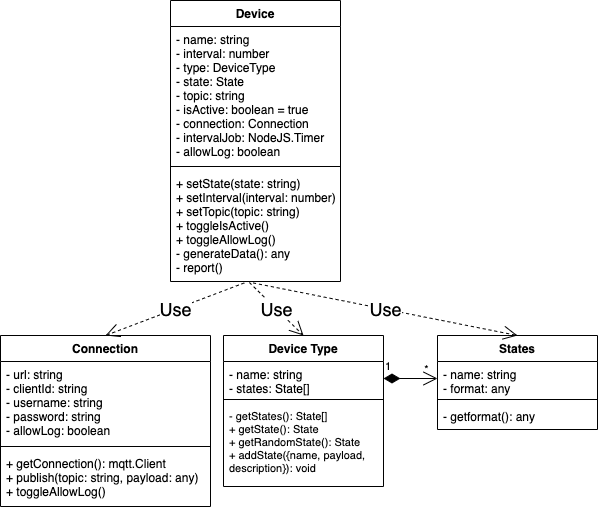
The draw.io diagram uml.png in 0x171-0/iot-device-simulator, before a commit. Source tidied: cells renumbered, new cells last; positions are measured from the earlier drawing's top-left corner, leaving out a move shared by most shapes.
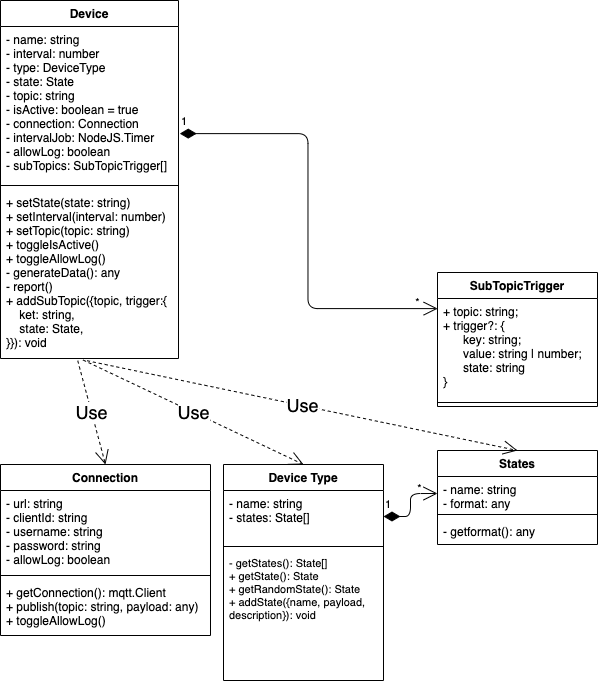
Later version of the same file.

Commit message:
feat: add subscription and state trigger function

Diff of the diagram source:
```diff
@@ -3,7 +3,7 @@
     <mxCell id="0" />
     <mxCell id="1" parent="0" />
     <mxCell id="2" value="States" style="swimlane;fontStyle=1;align=center;verticalAlign=top;horizontal=1;startSize=26;" parent="1" vertex="1">
-      <mxGeometry x="437" y="335" width="160" height="94" as="geometry" />
+      <mxGeometry x="437" y="321" width="160" height="94" as="geometry" />
     </mxCell>
     <mxCell id="3" value="- name: string&#10;- format: any" style="text;strokeColor=none;fillColor=none;align=left;verticalAlign=top;spacingLeft=4;spacingRight=4;overflow=hidden;points=[[0,0.5],[1,0.5]];portConstraint=eastwest;" parent="2" vertex="1">
       <mxGeometry y="26" width="160" height="34" as="geometry" />
@@ -15,28 +15,28 @@
       <mxGeometry y="68" width="160" height="26" as="geometry" />
     </mxCell>
     <mxCell id="6" value="Device Type" style="swimlane;fontStyle=1;align=center;verticalAlign=top;horizontal=1;startSize=26;" parent="1" vertex="1">
-      <mxGeometry x="223" y="335" width="160" height="151" as="geometry" />
+      <mxGeometry x="223" y="335" width="160" height="216" as="geometry" />
     </mxCell>
     <mxCell id="7" value="- name: string&#10;- states: State[]" style="text;strokeColor=none;fillColor=none;align=left;verticalAlign=top;spacingLeft=4;spacingRight=4;overflow=hidden;points=[[0,0.5],[1,0.5]];portConstraint=eastwest;" parent="6" vertex="1">
-      <mxGeometry y="26" width="160" height="34" as="geometry" />
+      <mxGeometry y="26" width="160" height="52" as="geometry" />
     </mxCell>
     <mxCell id="8" style="line;strokeWidth=1;fillColor=none;align=left;verticalAlign=middle;spacingTop=-1;spacingLeft=3;spacingRight=3;labelPosition=right;" parent="6" vertex="1">
-      <mxGeometry y="60" width="160" height="8" as="geometry" />
+      <mxGeometry y="78" width="160" height="8" as="geometry" />
     </mxCell>
-    <mxCell id="9" value="- getStates(): State[]&#10;+ getState(): State&#10;+ getRandomState(): State&#10;+ addState({name, payload, &#10;description}): void" style="text;strokeColor=none;fillColor=none;align=left;verticalAlign=top;spacingLeft=4;spacingRight=4;overflow=hidden;fontSize=11;" parent="6" vertex="1">
-      <mxGeometry y="68" width="160" height="83" as="geometry" />
+    <mxCell id="9" value="- getStates(): State[]&#10;+ getState(): State&#10;+ getRandomState(): State&#10;+ addState({name, payload, &#10;description}): void&#10;" style="text;strokeColor=none;fillColor=none;align=left;verticalAlign=top;spacingLeft=4;spacingRight=4;overflow=hidden;fontSize=11;" parent="6" vertex="1">
+      <mxGeometry y="86" width="160" height="130" as="geometry" />
     </mxCell>
     <mxCell id="10" value="Device" style="swimlane;fontStyle=1;align=center;verticalAlign=top;horizontal=1;startSize=26;" parent="1" vertex="1">
-      <mxGeometry x="170" width="170" height="281" as="geometry" />
+      <mxGeometry y="-129" width="178" height="358" as="geometry" />
     </mxCell>
-    <mxCell id="11" value="- name: string&#10;- interval: number&#10;- type: DeviceType&#10;- state: State&#10;- topic: string&#10;- isActive: boolean = true&#10;- connection: Connection&#10;- intervalJob: NodeJS.Timer&#10;- allowLog: boolean" style="text;strokeColor=none;fillColor=none;align=left;verticalAlign=top;spacingLeft=4;spacingRight=4;overflow=hidden;points=[[0,0.5],[1,0.5]];portConstraint=eastwest;" parent="10" vertex="1">
-      <mxGeometry y="26" width="170" height="136" as="geometry" />
+    <mxCell id="11" value="- name: string&#10;- interval: number&#10;- type: DeviceType&#10;- state: State&#10;- topic: string&#10;- isActive: boolean = true&#10;- connection: Connection&#10;- intervalJob: NodeJS.Timer&#10;- allowLog: boolean&#10;- subTopics: SubTopicTrigger[]" style="text;strokeColor=none;fillColor=none;align=left;verticalAlign=top;spacingLeft=4;spacingRight=4;overflow=hidden;points=[[0,0.5],[1,0.5]];portConstraint=eastwest;" parent="10" vertex="1">
+      <mxGeometry y="26" width="178" height="155" as="geometry" />
     </mxCell>
     <mxCell id="12" style="line;strokeWidth=1;fillColor=none;align=left;verticalAlign=middle;spacingTop=-1;spacingLeft=3;spacingRight=3;labelPosition=right;" parent="10" vertex="1">
-      <mxGeometry y="162" width="170" height="8" as="geometry" />
+      <mxGeometry y="181" width="178" height="8" as="geometry" />
     </mxCell>
-    <mxCell id="13" value="+ setState(state: string) &#10;+ setInterval(interval: number) &#10;+ setTopic(topic: string) &#10;+ toggleIsActive() &#10;+ toggleAllowLog()&#10;- generateData(): any&#10;- report()&#10;&#10;" style="text;strokeColor=none;fillColor=none;align=left;verticalAlign=top;spacingLeft=4;spacingRight=4;overflow=hidden;points=[[0,0.5],[1,0.5]];portConstraint=eastwest;" parent="10" vertex="1">
-      <mxGeometry y="170" width="170" height="111" as="geometry" />
+    <mxCell id="13" value="+ setState(state: string) &#10;+ setInterval(interval: number) &#10;+ setTopic(topic: string) &#10;+ toggleIsActive() &#10;+ toggleAllowLog()&#10;- generateData(): any&#10;- report()&#10;+ addSubTopic({topic, trigger:{&#10;    ket: string,&#10;    state: State,&#10;}}): void&#10;&#10;" style="text;strokeColor=none;fillColor=none;align=left;verticalAlign=top;spacingLeft=4;spacingRight=4;overflow=hidden;points=[[0,0.5],[1,0.5]];portConstraint=eastwest;" parent="10" vertex="1">
+      <mxGeometry y="189" width="178" height="169" as="geometry" />
     </mxCell>
     <mxCell id="14" value="1" style="endArrow=open;html=1;endSize=12;startArrow=diamondThin;startSize=14;startFill=1;edgeStyle=orthogonalEdgeStyle;align=left;verticalAlign=bottom;entryX=0;entryY=0.5;entryDx=0;entryDy=0;" parent="1" edge="1" source="7" target="3">
       <mxGeometry x="-1" y="3" relative="1" as="geometry" />
@@ -67,5 +67,22 @@
     <mxCell id="22" value="Use" style="endArrow=open;endSize=12;dashed=1;html=1;fontSize=18;exitX=0.434;exitY=1.013;exitDx=0;exitDy=0;exitPerimeter=0;entryX=0.5;entryY=0;entryDx=0;entryDy=0;" parent="1" edge="1" source="13" target="16">
       <mxGeometry relative="1" as="geometry" />
     </mxCell>
+    <mxCell id="23" value="SubTopicTrigger" style="swimlane;fontStyle=1;align=center;verticalAlign=top;horizontal=1;startSize=26;" parent="1" vertex="1">
+      <mxGeometry x="437" y="143" width="160" height="134" as="geometry" />
+    </mxCell>
+    <mxCell id="24" value="+ topic: string;&#10;+ trigger?: {&#10;      key: string;&#10;      value: string | number; &#10;      state: string &#10;}" style="text;strokeColor=none;fillColor=none;align=left;verticalAlign=top;spacingLeft=4;spacingRight=4;overflow=hidden;points=[[0,0.5],[1,0.5]];portConstraint=eastwest;" parent="23" vertex="1">
+      <mxGeometry y="26" width="160" height="100" as="geometry" />
+    </mxCell>
+    <mxCell id="25" style="line;strokeWidth=1;fillColor=none;align=left;verticalAlign=middle;spacingTop=-1;spacingLeft=3;spacingRight=3;labelPosition=right;" parent="23" vertex="1">
+      <mxGeometry y="126" width="160" height="8" as="geometry" />
+    </mxCell>
+    <mxCell id="26" value="1" style="endArrow=open;html=1;endSize=12;startArrow=diamondThin;startSize=14;startFill=1;edgeStyle=orthogonalEdgeStyle;align=left;verticalAlign=bottom;entryX=0.001;entryY=0.101;entryDx=0;entryDy=0;exitX=1.007;exitY=0.691;exitDx=0;exitDy=0;exitPerimeter=0;entryPerimeter=0;" parent="1" edge="1" source="11" target="24">
+      <mxGeometry x="-1" y="3" relative="1" as="geometry" />
+    </mxCell>
+    <mxCell id="27" value="*" style="edgeLabel;html=1;align=center;verticalAlign=middle;labelBackgroundColor=none;" parent="26" vertex="1">
+      <mxGeometry x="0.2" y="1" relative="1" as="geometry">
+        <mxPoint x="108" y="38" as="offset" />
+      </mxGeometry>
+    </mxCell>
   </root>
 </mxGraphModel>
```
